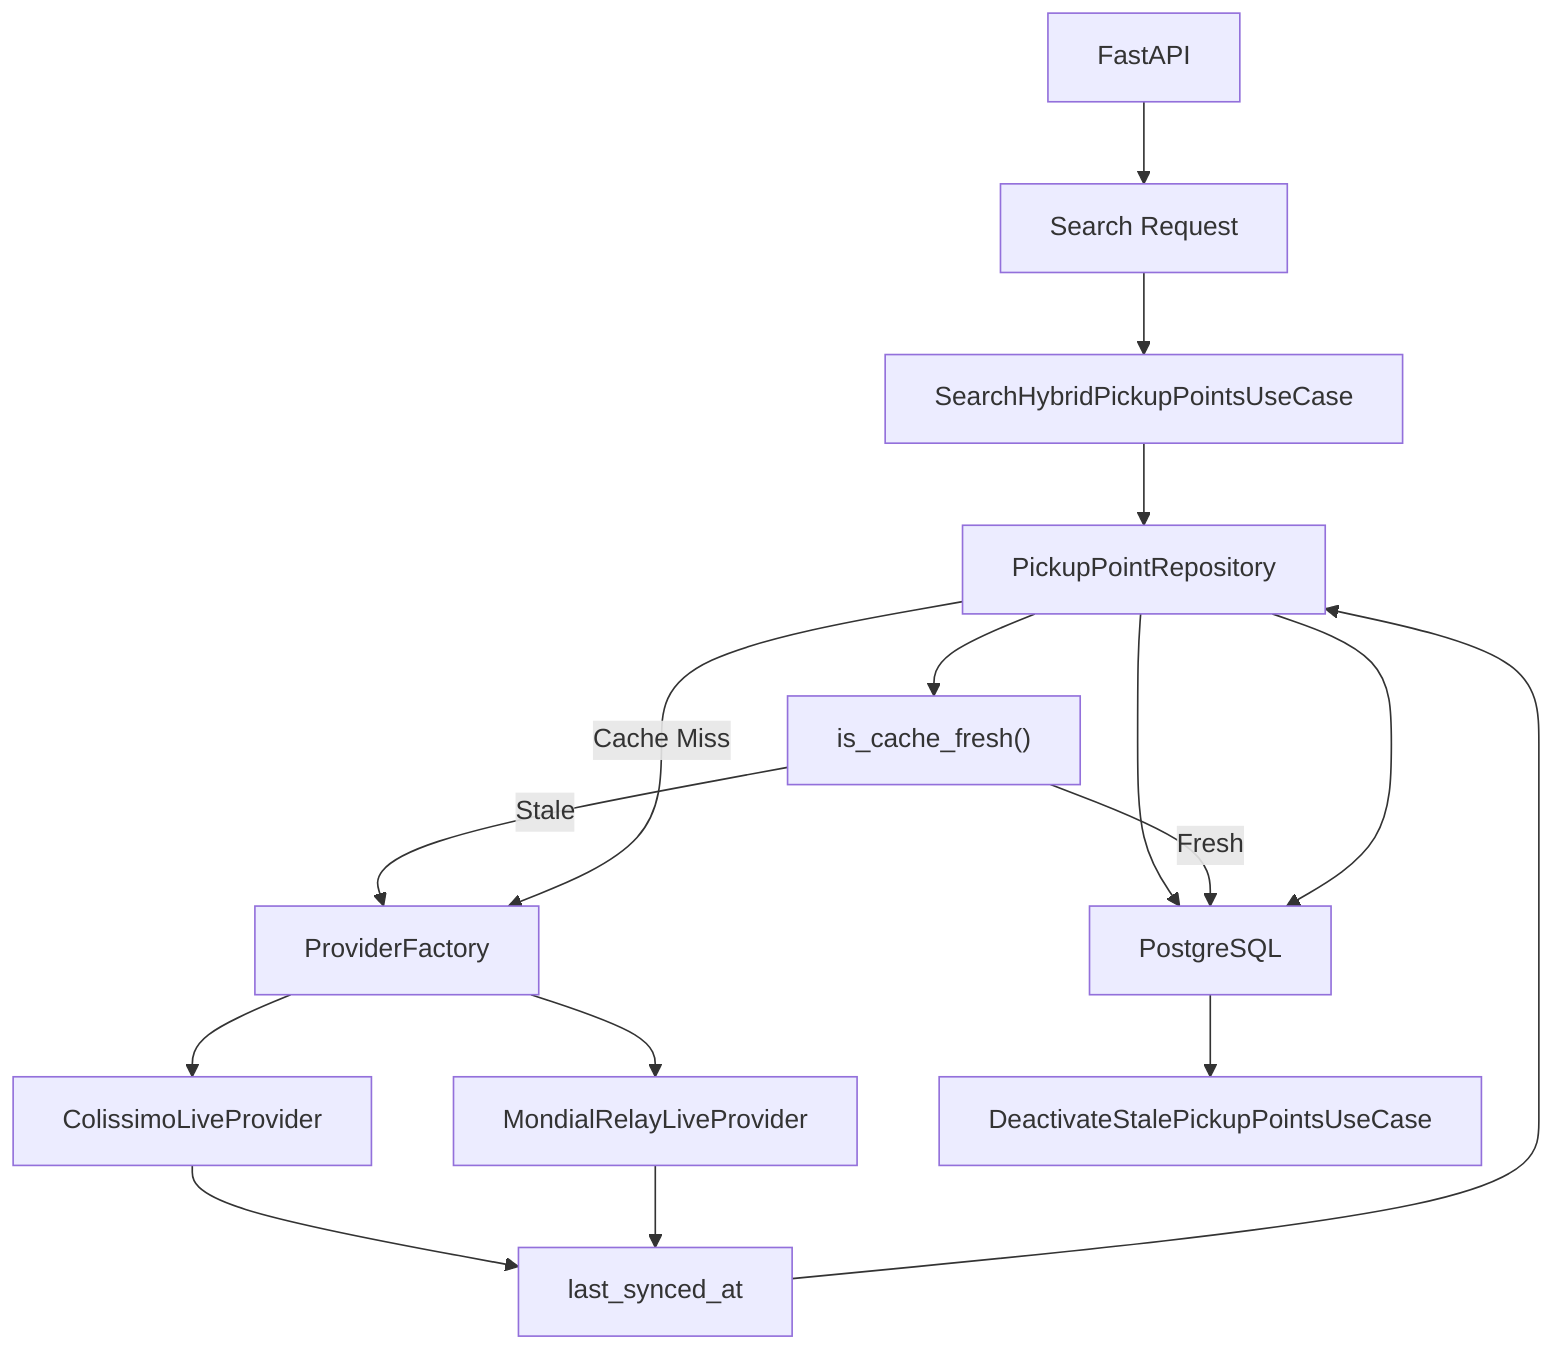
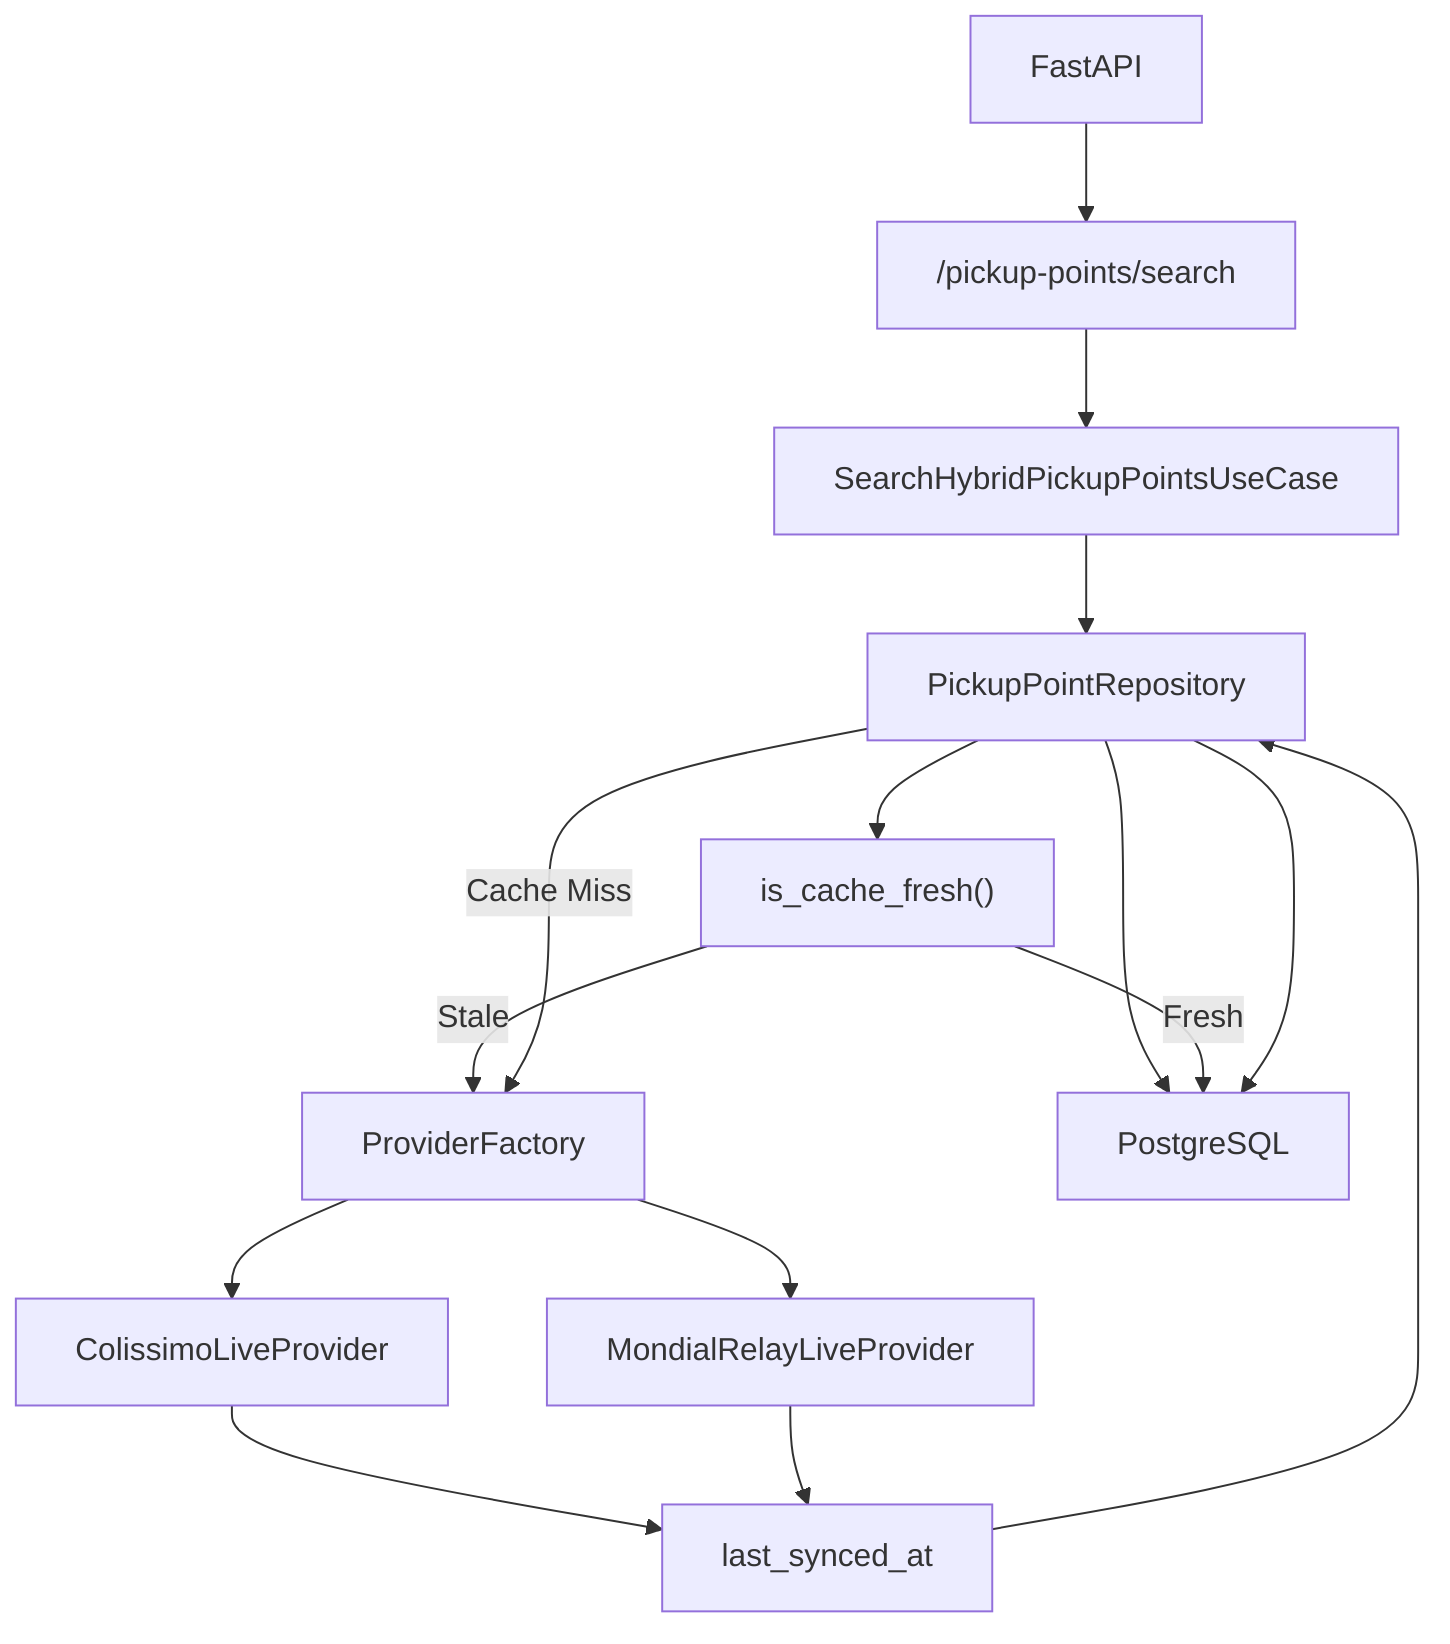
flowchart TD

    API["FastAPI"]

-     SearchRequest["Search Request"]
+     SearchEndpoint["/pickup-points/search"]

    HybridUseCase["SearchHybridPickupPointsUseCase"]

    Repository["PickupPointRepository"]

    CacheCheck["is_cache_fresh()"]

    ProviderFactory["ProviderFactory"]

    Colissimo["ColissimoLiveProvider"]

    MondialRelay["MondialRelayLiveProvider"]

    Freshness["last_synced_at"]

    PostgreSQL["PostgreSQL"]

-     StaleUseCase["DeactivateStalePickupPointsUseCase"]
- 
-     API --> SearchRequest
- 
-     SearchRequest --> HybridUseCase
+     SearchEndpoint --> HybridUseCase

    HybridUseCase --> Repository

    Repository --> PostgreSQL

    Repository --> CacheCheck

    CacheCheck -->|Fresh| PostgreSQL

    CacheCheck -->|Stale| ProviderFactory

    Repository -->|Cache Miss| ProviderFactory

    ProviderFactory --> Colissimo

    ProviderFactory --> MondialRelay

    Colissimo --> Freshness

    MondialRelay --> Freshness

    Freshness --> Repository

    Repository --> PostgreSQL

-     PostgreSQL --> StaleUseCase+     API --> SearchEndpoint